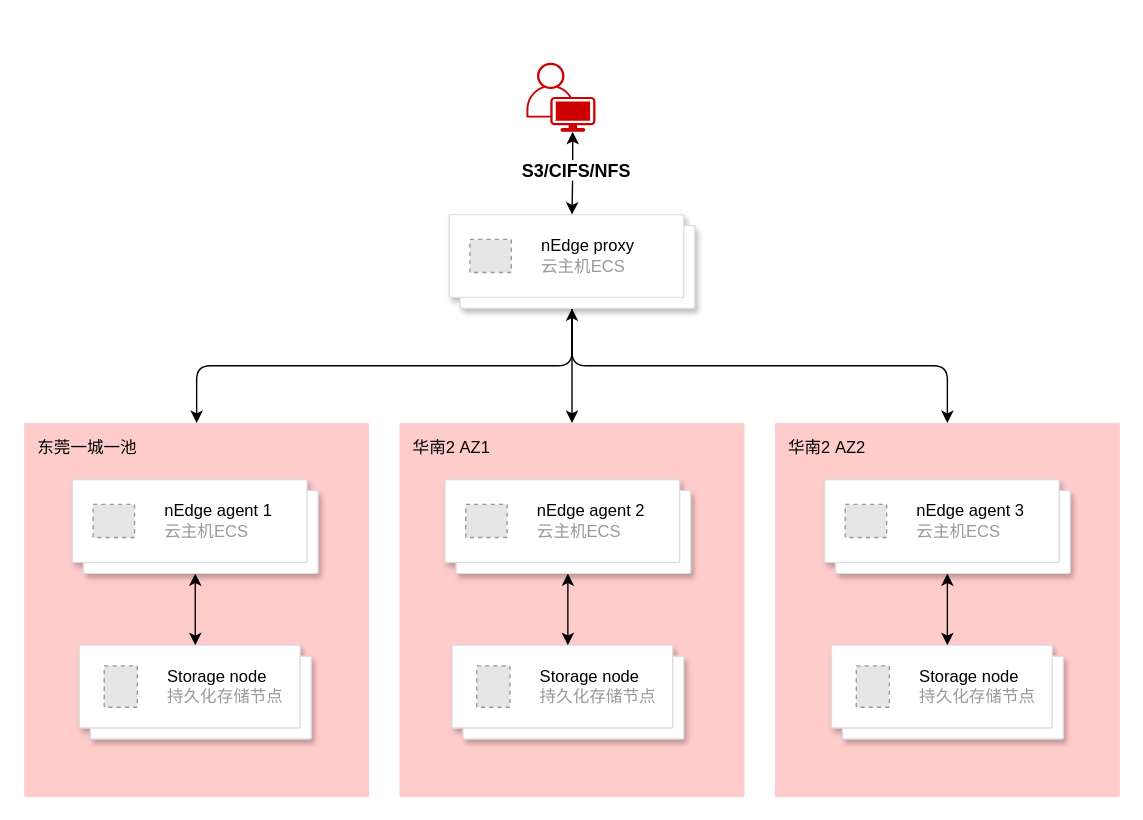
Above: 东莞香港数据云.drawio in MyselfblueKAMI/drawpub (draw.io), before the change. Source tidied: cells renumbered, new cells numbered last; positions are measured from the earlier drawing's top-left corner, leaving out a move shared by most shapes. Both pictures are drawn from the tidied source at 138%, with x=0, y=0 at pixel (23, 62). Pictures stored in the file or linked from it are replaced by grey dashed boxes.
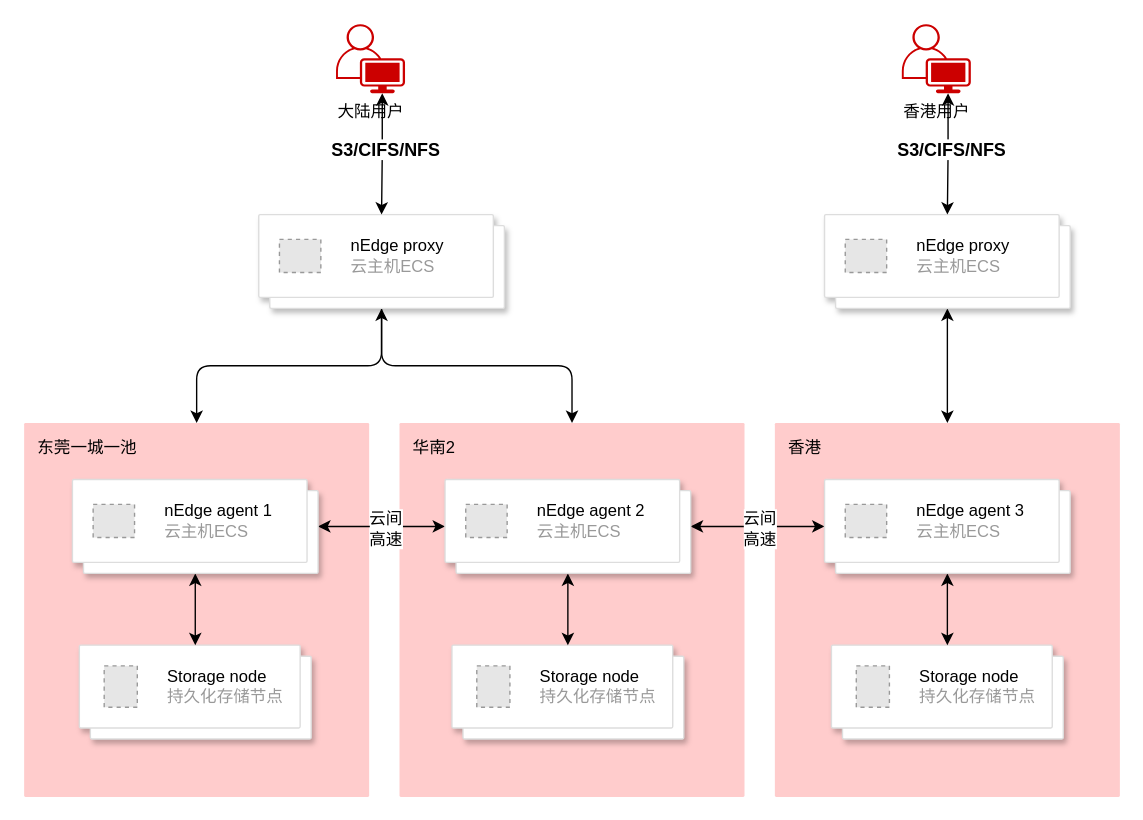
The same page after the edit.

Commit message:
更新东莞香港数据云.drawio

Unchanged cells that the change refers to:
```xml
<mxCell id="13" style="shape=mxgraph.gcp2.doubleRect;fillColor=#ffffff;strokeColor=#dddddd;shadow=1;strokeWidth=1;rounded=1;absoluteArcSize=1;arcSize=2;" parent="1" vertex="1">
  <mxGeometry x="35" y="302" width="178" height="68" as="geometry" />
</mxCell>
<mxCell id="21" style="shape=mxgraph.gcp2.doubleRect;fillColor=#ffffff;strokeColor=#dddddd;shadow=1;strokeWidth=1;rounded=1;absoluteArcSize=1;arcSize=2;" parent="1" vertex="1">
  <mxGeometry x="305" y="302" width="178" height="68" as="geometry" />
</mxCell>
<mxCell id="26" style="shape=mxgraph.gcp2.doubleRect;fillColor=#ffffff;strokeColor=#dddddd;shadow=1;strokeWidth=1;rounded=1;absoluteArcSize=1;arcSize=2;" parent="1" vertex="1">
  <mxGeometry x="580" y="302" width="178" height="68" as="geometry" />
</mxCell>
```

What changed in the source:
```diff
@@
-    <mxCell id="2" value="&lt;font style=&quot;color: light-dark(rgb(0, 0, 0), rgb(0, 0, 0));&quot;&gt;华南2 AZ2&lt;/font&gt;" style="sketch=0;points=[[0,0,0],[0.25,0,0],[0.5,0,0],[0.75,0,0],[1,0,0],[1,0.25,0],[1,0.5,0],[1,0.75,0],[1,1,0],[0.75,1,0],[0.5,1,0],[0.25,1,0],[0,1,0],[0,0.75,0],[0,0.5,0],[0,0.25,0]];rounded=1;absoluteArcSize=1;arcSize=2;html=1;strokeColor=none;gradientColor=none;shadow=0;dashed=0;fontSize=12;fontColor=#9E9E9E;align=left;verticalAlign=top;spacing=10;spacingTop=-4;whiteSpace=wrap;fillColor=#FF9999;opacity=50;" parent="1" vertex="1">
+    <mxCell id="2" value="&lt;font style=&quot;color: light-dark(rgb(0, 0, 0), rgb(0, 0, 0));&quot;&gt;香港&lt;/font&gt;" style="sketch=0;points=[[0,0,0],[0.25,0,0],[0.5,0,0],[0.75,0,0],[1,0,0],[1,0.25,0],[1,0.5,0],[1,0.75,0],[1,1,0],[0.75,1,0],[0.5,1,0],[0.25,1,0],[0,1,0],[0,0.75,0],[0,0.5,0],[0,0.25,0]];rounded=1;absoluteArcSize=1;arcSize=2;html=1;strokeColor=none;gradientColor=none;shadow=0;dashed=0;fontSize=12;fontColor=#9E9E9E;align=left;verticalAlign=top;spacing=10;spacingTop=-4;whiteSpace=wrap;fillColor=#FF9999;opacity=50;" parent="1" vertex="1">
       <mxGeometry x="544" y="261" width="250" height="271" as="geometry" />
     </mxCell>
-    <mxCell id="3" value="&lt;font style=&quot;color: light-dark(rgb(0, 0, 0), rgb(0, 0, 0));&quot;&gt;华南2 AZ1&lt;/font&gt;" style="sketch=0;points=[[0,0,0],[0.25,0,0],[0.5,0,0],[0.75,0,0],[1,0,0],[1,0.25,0],[1,0.5,0],[1,0.75,0],[1,1,0],[0.75,1,0],[0.5,1,0],[0.25,1,0],[0,1,0],[0,0.75,0],[0,0.5,0],[0,0.25,0]];rounded=1;absoluteArcSize=1;arcSize=2;html=1;strokeColor=none;gradientColor=none;shadow=0;dashed=0;fontSize=12;fontColor=#9E9E9E;align=left;verticalAlign=top;spacing=10;spacingTop=-4;whiteSpace=wrap;fillColor=#FF9999;opacity=50;" parent="1" vertex="1">
+    <mxCell id="3" value="&lt;font style=&quot;color: light-dark(rgb(0, 0, 0), rgb(0, 0, 0));&quot;&gt;华南2&lt;/font&gt;" style="sketch=0;points=[[0,0,0],[0.25,0,0],[0.5,0,0],[0.75,0,0],[1,0,0],[1,0.25,0],[1,0.5,0],[1,0.75,0],[1,1,0],[0.75,1,0],[0.5,1,0],[0.25,1,0],[0,1,0],[0,0.75,0],[0,0.5,0],[0,0.25,0]];rounded=1;absoluteArcSize=1;arcSize=2;html=1;strokeColor=none;gradientColor=none;shadow=0;dashed=0;fontSize=12;fontColor=#9E9E9E;align=left;verticalAlign=top;spacing=10;spacingTop=-4;whiteSpace=wrap;fillColor=#FF9999;opacity=50;" parent="1" vertex="1">
       <mxGeometry x="272" y="261" width="250" height="271" as="geometry" />
     </mxCell>
@@
-    <mxCell id="9" style="edgeStyle=orthogonalEdgeStyle;rounded=1;jettySize=auto;html=1;exitX=0.5;exitY=1;exitDx=0;exitDy=0;entryX=0.5;entryY=0;entryDx=0;entryDy=0;curved=0;entryPerimeter=0;" parent="1" edge="1" source="10" target="2">
-      <mxGeometry relative="1" as="geometry" />
-    </mxCell>
     <mxCell id="10" style="shape=mxgraph.gcp2.doubleRect;fillColor=#ffffff;strokeColor=#dddddd;shadow=1;strokeWidth=1;rounded=1;absoluteArcSize=1;arcSize=2;" parent="1" vertex="1">
-      <mxGeometry x="308" y="110" width="178" height="68" as="geometry" />
+      <mxGeometry x="170" y="110" width="178" height="68" as="geometry" />
     </mxCell>
@@
+    <mxCell id="28" style="edgeStyle=orthogonalEdgeStyle;rounded=0;jettySize=auto;html=1;exitX=1;exitY=0.5;exitDx=0;exitDy=0;entryX=0;entryY=0.5;entryDx=0;entryDy=0;startArrow=classic;startFill=1;" parent="1" edge="1" source="13" target="21">
+      <mxGeometry relative="1" as="geometry" />
+    </mxCell>
+    <mxCell id="29" value="&lt;span&gt;&lt;font style=&quot;font-size: 12px;&quot;&gt;云间&lt;/font&gt;&lt;/span&gt;&lt;div&gt;&lt;span&gt;&lt;font style=&quot;font-size: 12px;&quot;&gt;高速&lt;/font&gt;&lt;/span&gt;&lt;/div&gt;" style="edgeLabel;html=1;align=center;verticalAlign=middle;" parent="28" vertex="1">
+      <mxGeometry x="0.04" y="-1" relative="1" as="geometry" />
+    </mxCell>
@@
-    <mxCell id="17" style="points=[[0.35,0,0],[0.98,0.51,0],[1,0.71,0],[0.67,1,0],[0,0.795,0],[0,0.65,0]];verticalLabelPosition=bottom;sketch=0;html=1;verticalAlign=top;align=center;shape=mxgraph.cisco19.user;fillColor=#CC0000;strokeColor=none;" parent="1" vertex="1">
-      <mxGeometry x="364" width="50" height="50" as="geometry" />
+    <mxCell id="17" value="大陆用户" style="points=[[0.35,0,0],[0.98,0.51,0],[1,0.71,0],[0.67,1,0],[0,0.795,0],[0,0.65,0]];verticalLabelPosition=bottom;sketch=0;html=1;verticalAlign=top;align=center;shape=mxgraph.cisco19.user;fillColor=#CC0000;strokeColor=none;" parent="1" vertex="1">
+      <mxGeometry x="226" y="-28" width="50" height="50" as="geometry" />
     </mxCell>
@@
+    <mxCell id="30" style="edgeStyle=orthogonalEdgeStyle;rounded=0;jettySize=auto;html=1;exitX=1;exitY=0.5;exitDx=0;exitDy=0;entryX=0;entryY=0.5;entryDx=0;entryDy=0;startArrow=classic;startFill=1;" parent="1" edge="1" source="21" target="26">
+      <mxGeometry relative="1" as="geometry" />
+    </mxCell>
+    <mxCell id="31" value="&lt;span&gt;&lt;font style=&quot;font-size: 12px;&quot;&gt;云间&lt;/font&gt;&lt;/span&gt;&lt;div&gt;&lt;span&gt;&lt;font style=&quot;font-size: 12px;&quot;&gt;高速&lt;/font&gt;&lt;/span&gt;&lt;/div&gt;" style="edgeLabel;html=1;align=center;verticalAlign=middle;" parent="30" vertex="1">
+      <mxGeometry x="-0.03" y="-1" relative="1" as="geometry">
+        <mxPoint x="2" as="offset" />
+      </mxGeometry>
+    </mxCell>
@@
+    <mxCell id="32" style="edgeStyle=orthogonalEdgeStyle;rounded=1;jettySize=auto;html=1;exitX=0.5;exitY=1;exitDx=0;exitDy=0;curved=0;startArrow=classic;startFill=1;" parent="1" edge="1" source="33" target="2">
+      <mxGeometry relative="1" as="geometry" />
+    </mxCell>
+    <mxCell id="33" style="shape=mxgraph.gcp2.doubleRect;fillColor=#ffffff;strokeColor=#dddddd;shadow=1;strokeWidth=1;rounded=1;absoluteArcSize=1;arcSize=2;" parent="1" vertex="1">
+      <mxGeometry x="580" y="110" width="178" height="68" as="geometry" />
+    </mxCell>
+    <mxCell id="34" value="&lt;font style=&quot;color: light-dark(rgb(0, 0, 0), rgb(0, 0, 0));&quot;&gt;&lt;font&gt;nEdge proxy&lt;/font&gt;&lt;br&gt;&lt;/font&gt;云主机ECS" style="fillColor=#E6E6E6;strokeColor=#999999;dashed=1;html=1;fontColor=#999999;verticalLabelPosition=middle;verticalAlign=middle;labelPosition=right;align=left;spacingLeft=20;" parent="33" vertex="1">
+      <mxGeometry width="30" height="24" relative="1" as="geometry">
+        <mxPoint x="15" y="18" as="offset" />
+      </mxGeometry>
+    </mxCell>
+    <mxCell id="35" style="edgeStyle=orthogonalEdgeStyle;rounded=0;jettySize=auto;html=1;exitX=0.67;exitY=1;exitDx=0;exitDy=0;exitPerimeter=0;entryX=0.5;entryY=0;entryDx=0;entryDy=0;startArrow=classic;startFill=1;" parent="1" edge="1" source="37" target="33">
+      <mxGeometry relative="1" as="geometry" />
+    </mxCell>
+    <mxCell id="36" value="&lt;font style=&quot;font-size: 13px;&quot;&gt;&lt;b&gt;S3/CIFS/NFS&lt;/b&gt;&lt;/font&gt;" style="edgeLabel;html=1;align=center;verticalAlign=middle;" parent="35" vertex="1">
+      <mxGeometry x="-0.1" y="2" relative="1" as="geometry" />
+    </mxCell>
+    <mxCell id="37" value="香港用户" style="points=[[0.35,0,0],[0.98,0.51,0],[1,0.71,0],[0.67,1,0],[0,0.795,0],[0,0.65,0]];verticalLabelPosition=bottom;sketch=0;html=1;verticalAlign=top;align=center;shape=mxgraph.cisco19.user;fillColor=#CC0000;strokeColor=none;" parent="1" vertex="1">
+      <mxGeometry x="636" y="-28" width="50" height="50" as="geometry" />
+    </mxCell>
```
